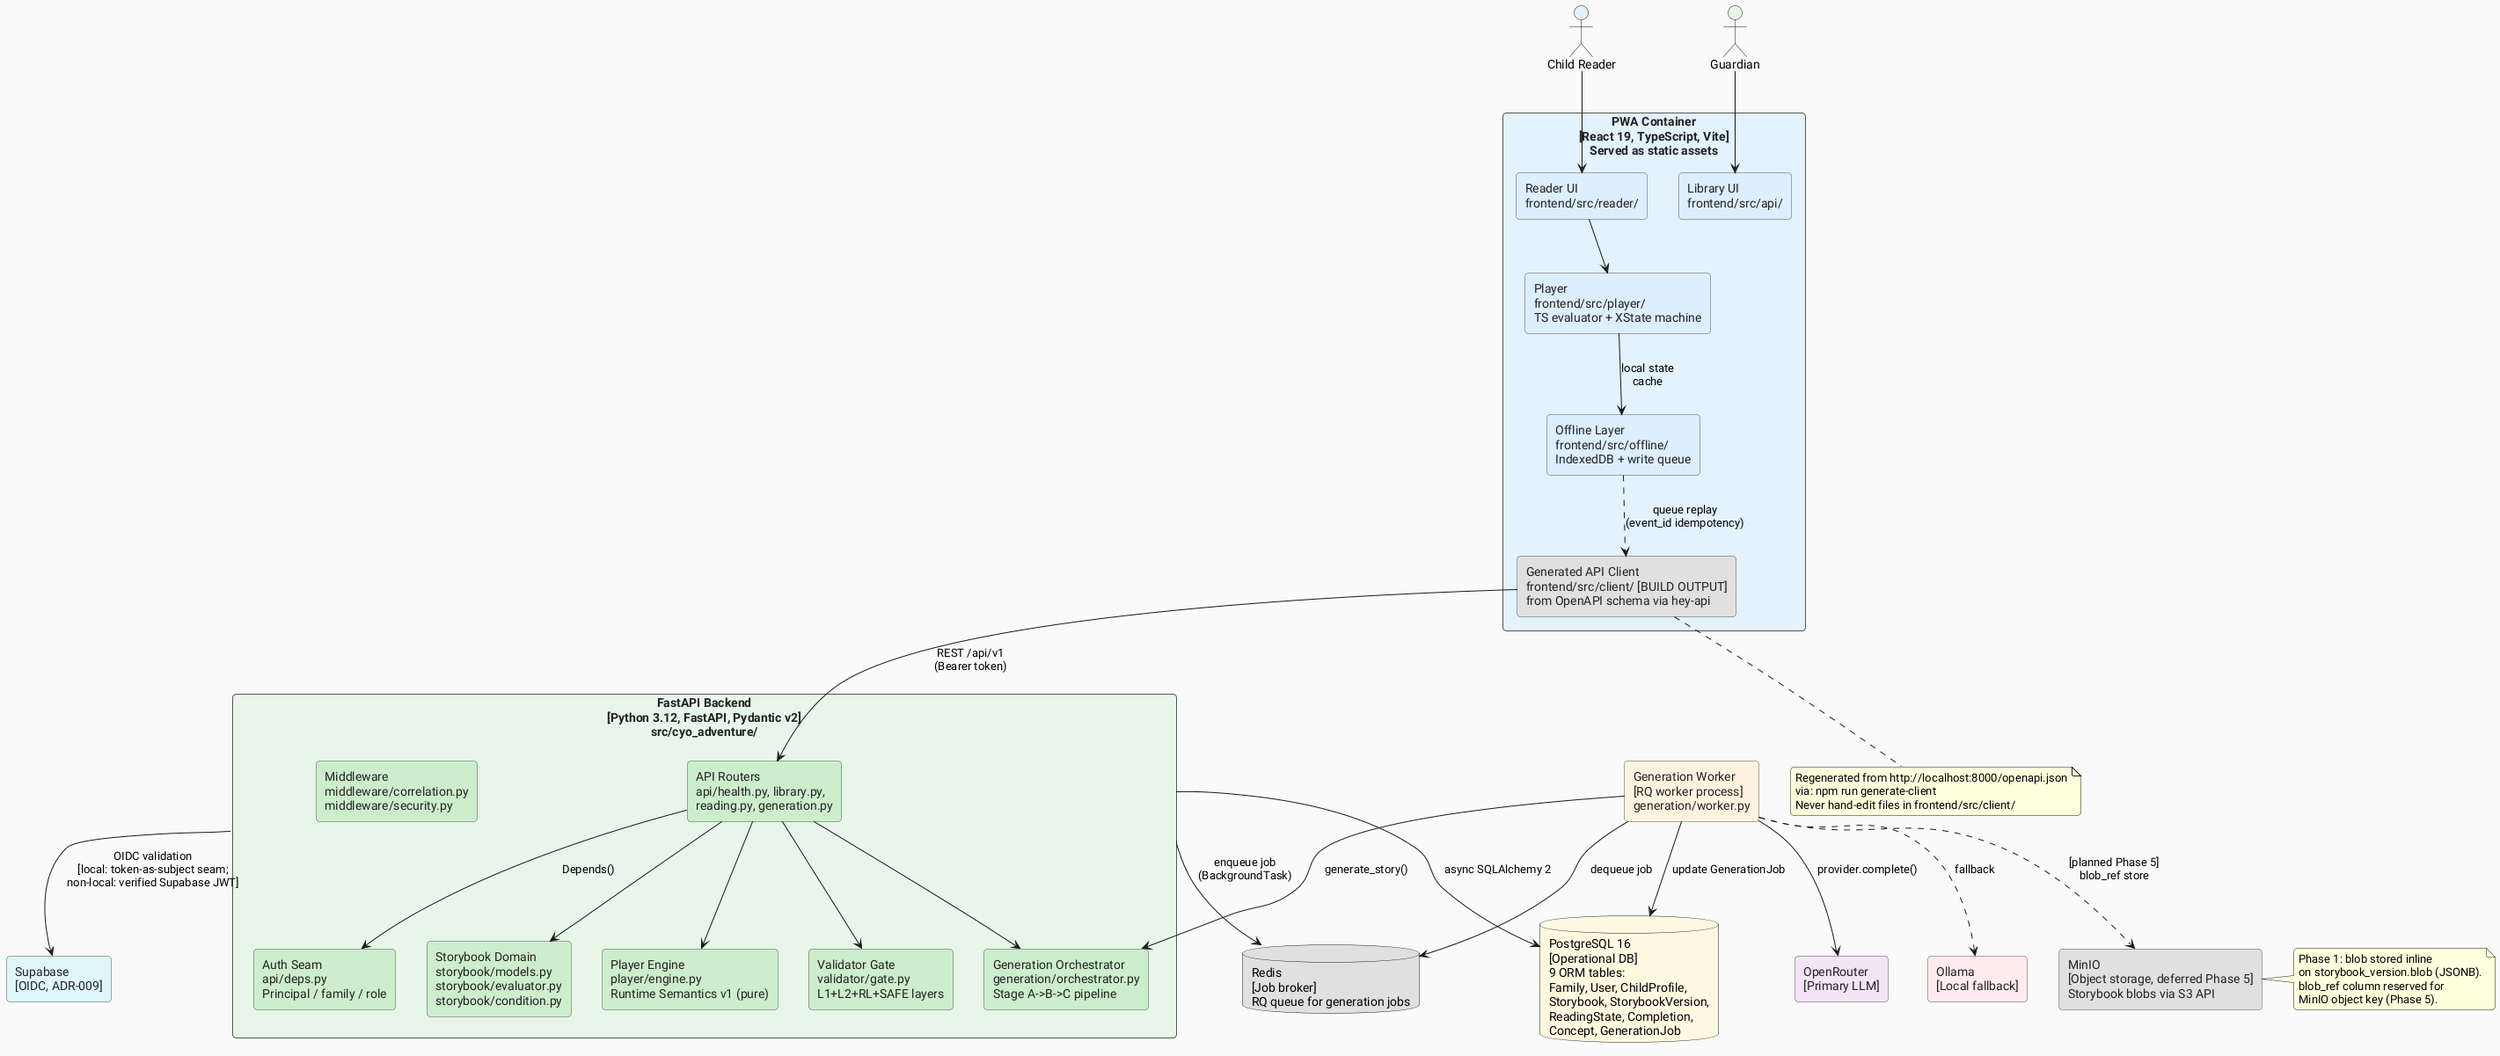
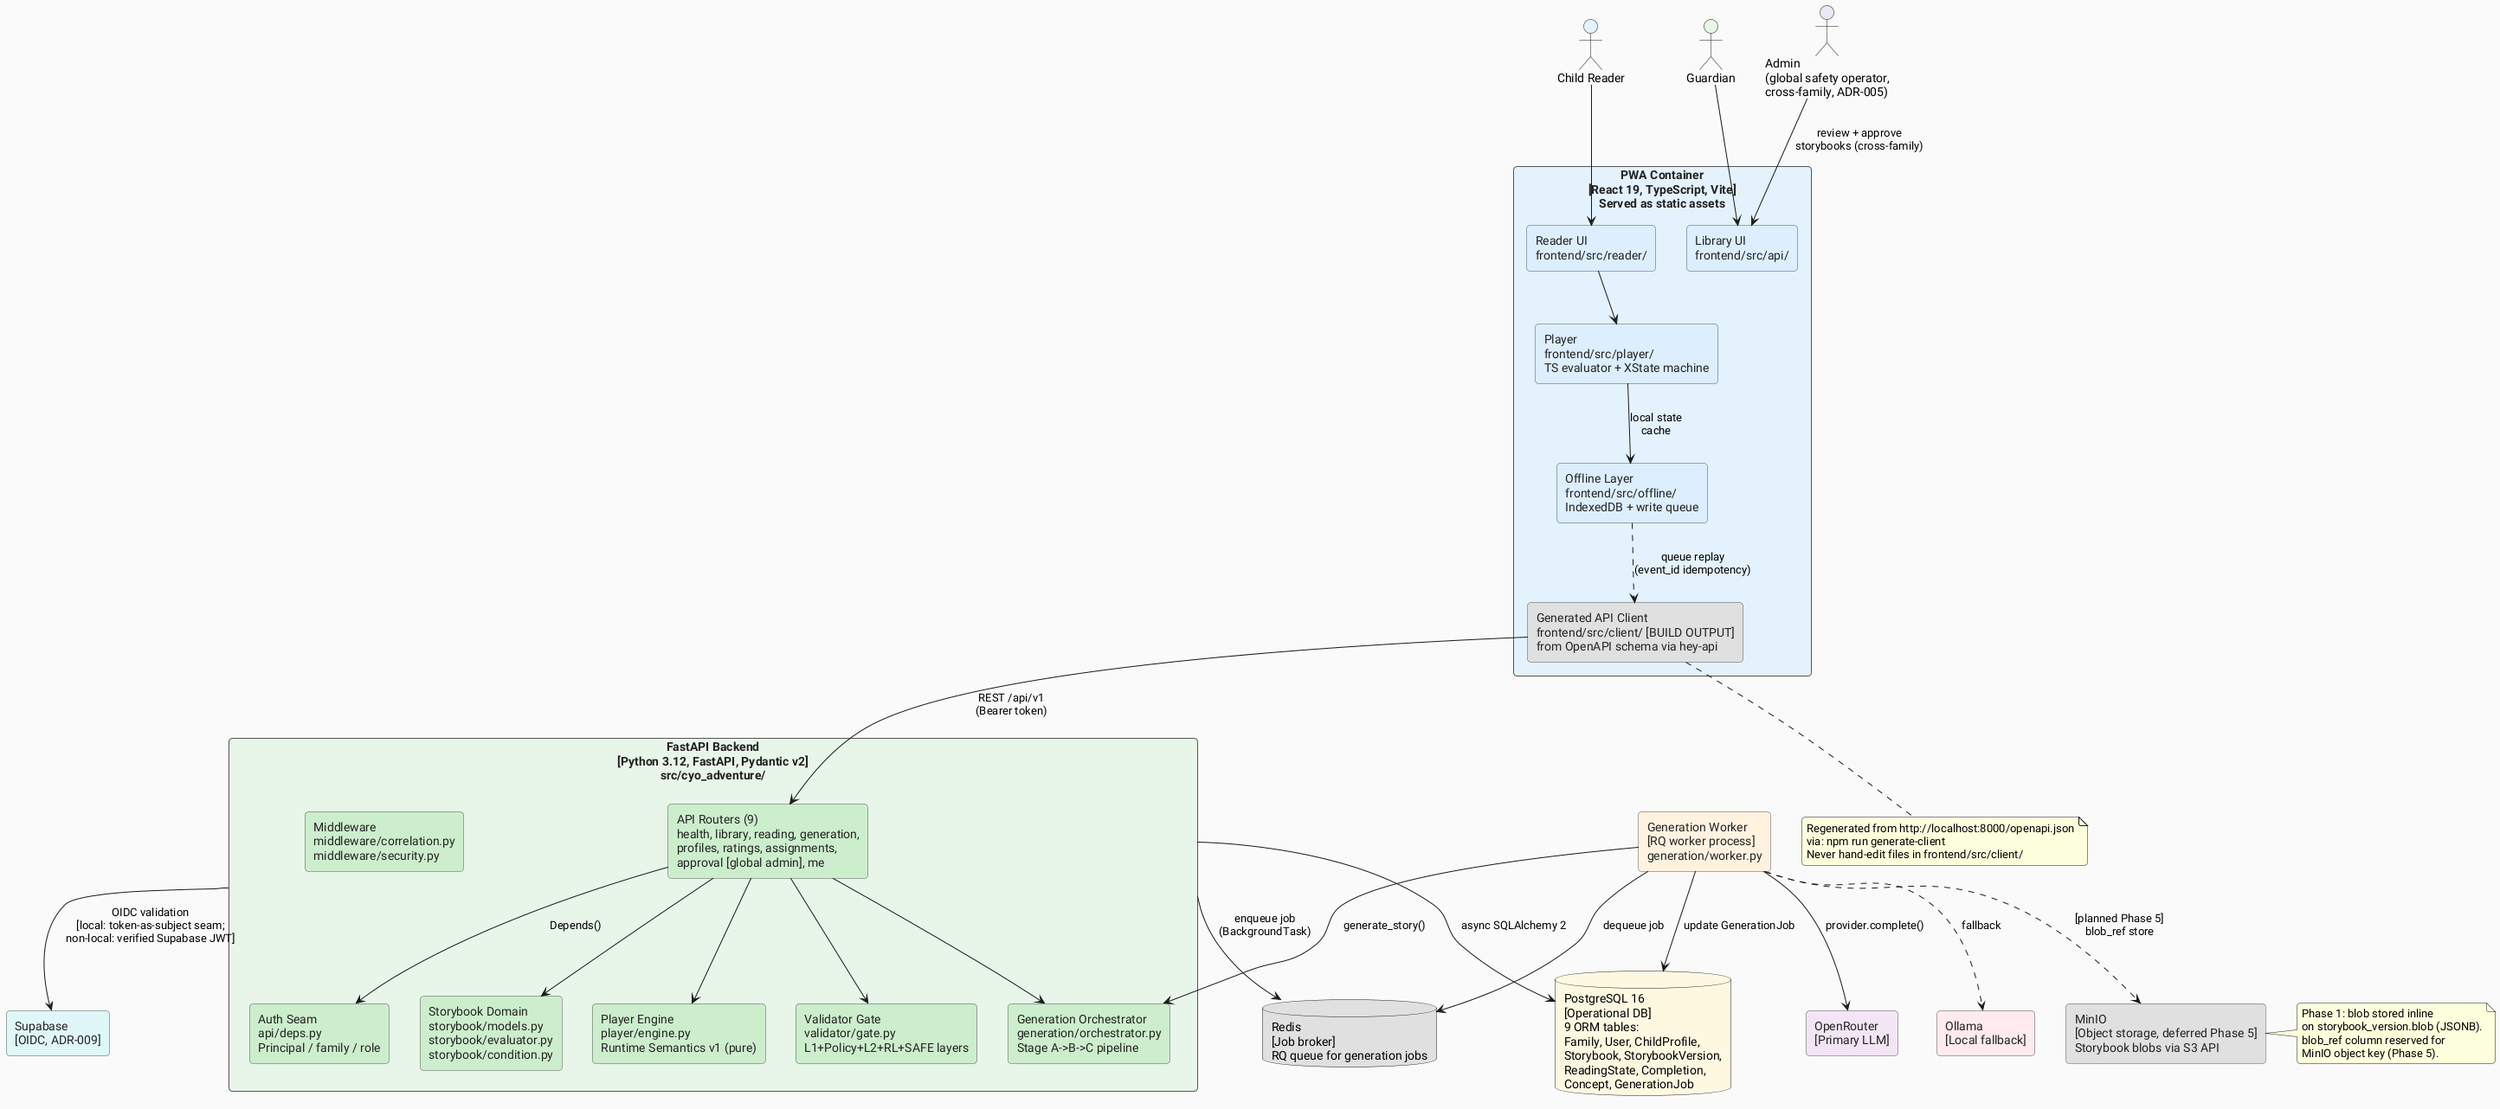
@startuml c4-container
' ============================================================
' C4 Level 2 - Container Diagram
' CYO Adventure: containers and their interactions
'
' Source files:
'   src/cyo_adventure/app.py           (FastAPI app wiring)
'   src/cyo_adventure/api/             (routers)
'   src/cyo_adventure/generation/worker.py  (RQ worker)
'   src/cyo_adventure/core/database.py (async SQLAlchemy)
'   frontend/src/client/               (generated OpenAPI client)
'   frontend/src/offline/sync.ts       (offline queue)
'   docs/planning/tech-spec.md
'   docs/planning/adr/adr-002-client-pwa.md
'   docs/planning/adr/adr-004-homelab-first-deployment.md
'   docs/planning/adr/adr-009-supabase-platform.md (Supabase OIDC replaces Authentik)
' ============================================================

skinparam defaultFontName "Roboto"
skinparam backgroundColor #FAFAFA
skinparam roundCorner 8

skinparam rectangle {
  BorderColor #555555
  FontColor #222222
}

actor "Child Reader" as child #E3F2FD
actor "Guardian" as guardian #E8F5E9
+ actor "Admin\n(global safety operator,\ncross-family, ADR-005)" as admin #EDE7F6

' --- PWA ---
rectangle "PWA Container\n[React 19, TypeScript, Vite]\nServed as static assets" as pwa #E3F2FD {
  rectangle "Reader UI\nfrontend/src/reader/" as reader #DDEEFF
  rectangle "Library UI\nfrontend/src/api/" as library_ui #DDEEFF
  rectangle "Player\nfrontend/src/player/\nTS evaluator + XState machine" as player_ui #DDEEFF
  rectangle "Offline Layer\nfrontend/src/offline/\nIndexedDB + write queue" as offline #DDEEFF
  rectangle "Generated API Client\nfrontend/src/client/ [BUILD OUTPUT]\nfrom OpenAPI schema via hey-api" as gen_client #E0E0E0
}

' --- Backend ---
rectangle "FastAPI Backend\n[Python 3.12, FastAPI, Pydantic v2]\nsrc/cyo_adventure/" as backend #E8F5E9 {
-   rectangle "API Routers\napi/health.py, library.py,\nreading.py, generation.py" as routers #CCEECC
+   rectangle "API Routers (9)\nhealth, library, reading, generation,\nprofiles, ratings, assignments,\napproval [global admin], me" as routers #CCEECC
  rectangle "Auth Seam\napi/deps.py\nPrincipal / family / role" as auth #CCEECC
  rectangle "Storybook Domain\nstorybook/models.py\nstorybook/evaluator.py\nstorybook/condition.py" as storybook_dom #CCEECC
  rectangle "Player Engine\nplayer/engine.py\nRuntime Semantics v1 (pure)" as player_eng #CCEECC
-   rectangle "Validator Gate\nvalidator/gate.py\nL1+L2+RL+SAFE layers" as validator #CCEECC
+   rectangle "Validator Gate\nvalidator/gate.py\nL1+Policy+L2+RL+SAFE layers" as validator #CCEECC
  rectangle "Generation Orchestrator\ngeneration/orchestrator.py\nStage A->B->C pipeline" as orchestrator #CCEECC
  rectangle "Middleware\nmiddleware/correlation.py\nmiddleware/security.py" as middleware #CCEECC
}

' --- Generation Worker ---
rectangle "Generation Worker\n[RQ worker process]\ngeneration/worker.py" as worker #FFF3E0

' --- Data stores ---
database "PostgreSQL 16\n[Operational DB]\n9 ORM tables:\nFamily, User, ChildProfile,\nStorybook, StorybookVersion,\nReadingState, Completion,\nConcept, GenerationJob" as postgres #FFF8E1

database "Redis\n[Job broker]\nRQ queue for generation jobs" as redis #E0E0E0

rectangle "MinIO\n[Object storage, deferred Phase 5]\nStorybook blobs via S3 API" as minio #E0E0E0

' --- External LLMs ---
rectangle "OpenRouter\n[Primary LLM]" as openrouter #F3E5F5
rectangle "Ollama\n[Local fallback]" as ollama #FFEBEE
rectangle "Supabase\n[OIDC, ADR-009]" as supabase_auth #E0F7FA

' --- Relationships ---
child --> reader
guardian --> library_ui
+ admin --> library_ui : "review + approve\nstorybooks (cross-family)"
reader --> player_ui
player_ui --> offline : "local state\ncache"
gen_client --> routers : "REST /api/v1\n(Bearer token)"
offline ..> gen_client : "queue replay\n(event_id idempotency)"
routers --> auth : "Depends()"
routers --> orchestrator
routers --> validator
routers --> storybook_dom
routers --> player_eng
backend --> postgres : "async SQLAlchemy 2"
backend --> redis : "enqueue job\n(BackgroundTask)"
worker --> redis : "dequeue job"
worker --> orchestrator : "generate_story()"
worker --> openrouter : "provider.complete()"
worker ..> ollama : "fallback"
worker --> postgres : "update GenerationJob"
worker ..> minio : "[planned Phase 5]\nblob_ref store"
backend --> supabase_auth : "OIDC validation\n[local: token-as-subject seam;\nnon-local: verified Supabase JWT]"

note bottom of gen_client
  Regenerated from http://localhost:8000/openapi.json
  via: npm run generate-client
  Never hand-edit files in frontend/src/client/
end note

note right of minio
  Phase 1: blob stored inline
  on storybook_version.blob (JSONB).
  blob_ref column reserved for
  MinIO object key (Phase 5).
end note

@enduml
